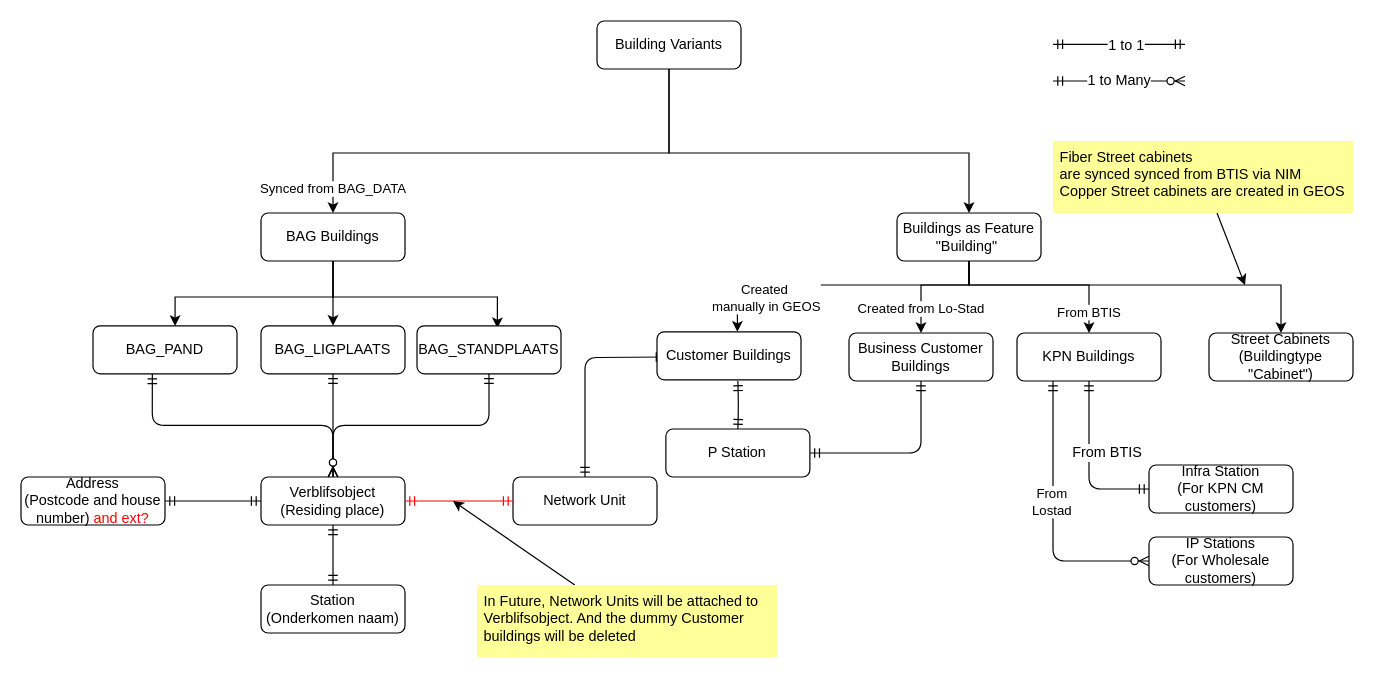
The draw.io diagram page "Page-2" (2 of 2) of Location Model.drawio in dearishtaq/hello-world-old, before the edit. Source tidied: cells renumbered, new cells numbered last; positions are measured from the earlier drawing's top-left corner, leaving out a move shared by most shapes. Both pictures are drawn from the tidied source at 120%, with x=0, y=0 at pixel (20, 20).
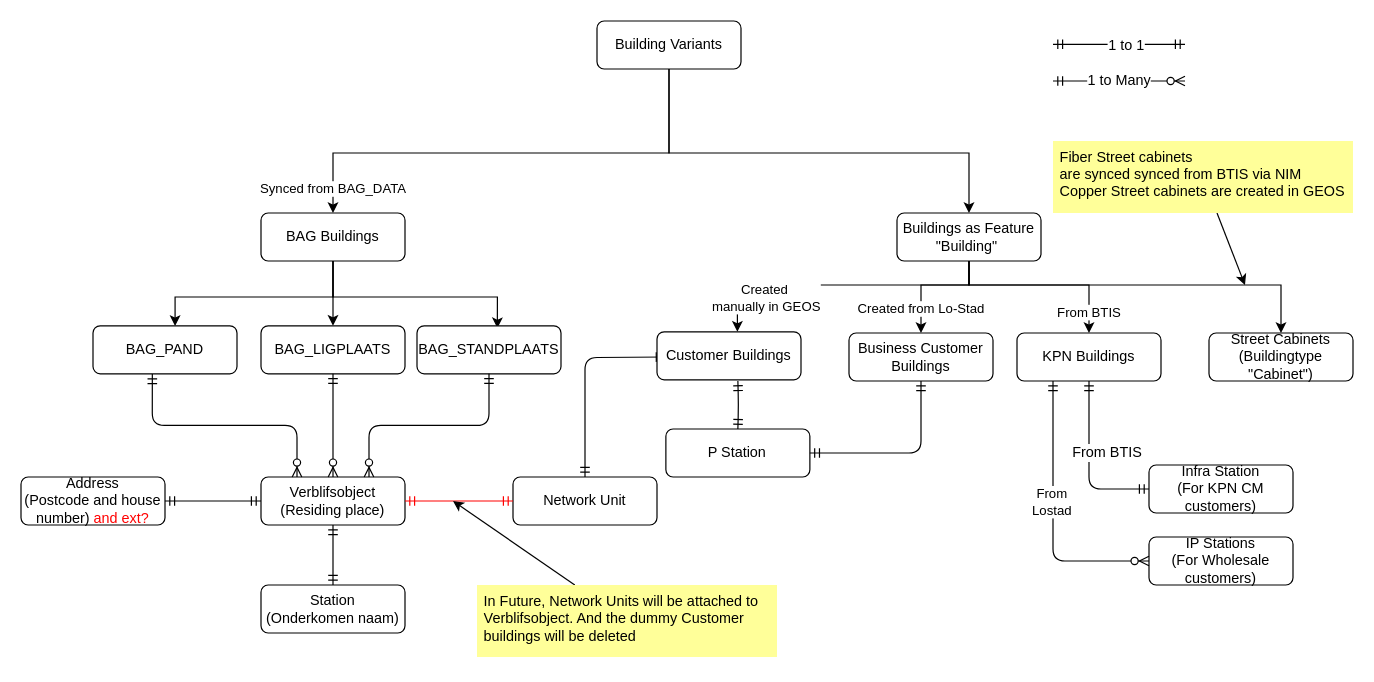
After the change.

The change refers to these unchanged cells:
```xml
<mxCell id="5" value="Verblifsobject&lt;br&gt;(Residing place)" style="rounded=1;whiteSpace=wrap;html=1;fontSize=12;glass=0;strokeWidth=1;shadow=0;" parent="1" vertex="1">
  <mxGeometry x="200" y="380" width="120" height="40" as="geometry" />
</mxCell>
<mxCell id="29" value="BAG_PAND" style="rounded=1;whiteSpace=wrap;html=1;fontSize=12;glass=0;strokeWidth=1;shadow=0;" parent="1" vertex="1">
  <mxGeometry x="60" y="254" width="120" height="40" as="geometry" />
</mxCell>
<mxCell id="31" value="BAG_STANDPLAATS" style="rounded=1;whiteSpace=wrap;html=1;fontSize=12;glass=0;strokeWidth=1;shadow=0;" parent="1" vertex="1">
  <mxGeometry x="330" y="254" width="120" height="40" as="geometry" />
</mxCell>
```

What changed in the source:
```diff
@@
-    <mxCell id="10" style="fontSize=12;html=1;endArrow=ERzeroToMany;startArrow=ERmandOne;entryX=0.5;entryY=0;entryDx=0;entryDy=0;exitX=0.412;exitY=1.005;exitDx=0;exitDy=0;exitPerimeter=0;edgeStyle=orthogonalEdgeStyle;" parent="1" edge="1" source="29" target="5">
+    <mxCell id="10" style="fontSize=12;html=1;endArrow=ERzeroToMany;startArrow=ERmandOne;entryX=0.25;entryY=0;entryDx=0;entryDy=0;exitX=0.412;exitY=1.005;exitDx=0;exitDy=0;exitPerimeter=0;edgeStyle=orthogonalEdgeStyle;" parent="1" edge="1" source="29" target="5">
       <mxGeometry relative="1" as="geometry" />
     </mxCell>
@@
-    <mxCell id="33" style="fontSize=12;html=1;endArrow=ERzeroToMany;startArrow=ERmandOne;entryX=0.5;entryY=0;entryDx=0;entryDy=0;exitX=0.5;exitY=1;exitDx=0;exitDy=0;edgeStyle=orthogonalEdgeStyle;" parent="1" edge="1" source="31" target="5">
+    <mxCell id="33" style="fontSize=12;html=1;endArrow=ERzeroToMany;startArrow=ERmandOne;entryX=0.75;entryY=0;entryDx=0;entryDy=0;exitX=0.5;exitY=1;exitDx=0;exitDy=0;edgeStyle=orthogonalEdgeStyle;" parent="1" edge="1" source="31" target="5">
       <mxGeometry relative="1" as="geometry" />
     </mxCell>
```
